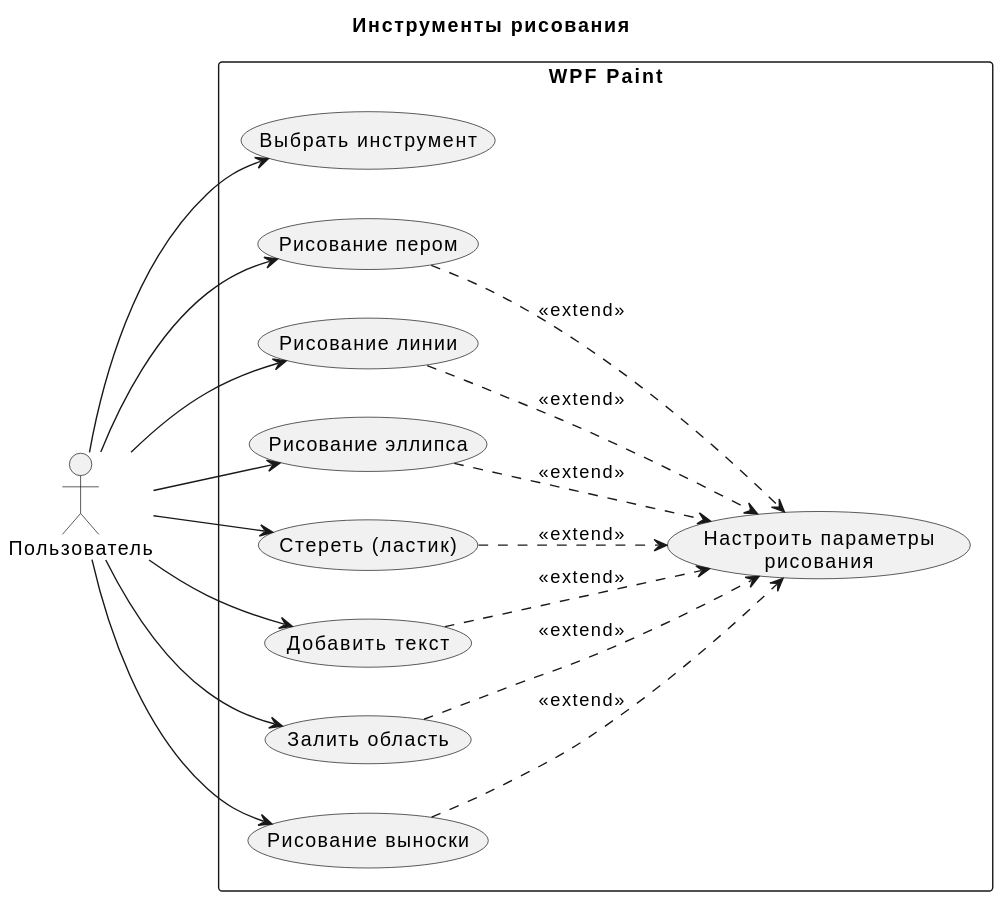
Above: UML/Инструменты рисования.svg in ObemaM/WPFPaint (PlantUML), before the change. Its diagram source:
```plantuml
@startuml
title Инструменты рисования
left to right direction

actor Пользователь

rectangle "WPF Paint" {
    usecase "Выбрать инструмент" as UC_SelectTool

    usecase "Рисование пером" as UC_Pen
    usecase "Рисование линии" as UC_Line
    usecase "Рисование эллипса" as UC_Ellipse
    usecase "Стереть (ластик)" as UC_Eraser
    usecase "Добавить текст" as UC_Text
    usecase "Залить область" as UC_Bucket
    usecase "Рисование выноски" as UC_Callout

    usecase "Настроить параметры\nрисования" as UC_Settings
}

Пользователь --> UC_SelectTool
Пользователь --> UC_Pen
Пользователь --> UC_Line
Пользователь --> UC_Ellipse
Пользователь --> UC_Eraser
Пользователь --> UC_Text
Пользователь --> UC_Bucket
Пользователь --> UC_Callout

UC_Pen ..> UC_Settings : <<extend>>
UC_Line ..> UC_Settings : <<extend>>
UC_Ellipse ..> UC_Settings : <<extend>>
UC_Eraser ..> UC_Settings : <<extend>>
UC_Text ..> UC_Settings : <<extend>>
UC_Bucket ..> UC_Settings : <<extend>>
UC_Callout ..> UC_Settings : <<extend>>
@enduml
```
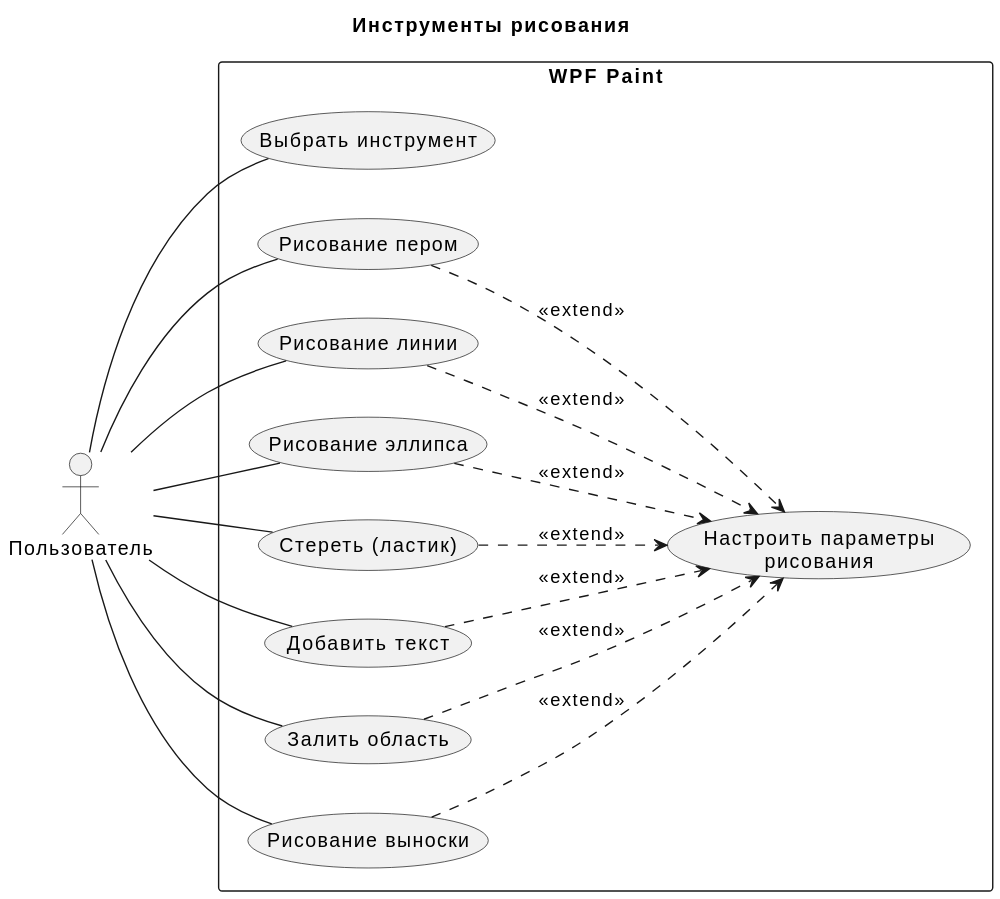
The same file after the commit.

Change to the diagram source:
```diff
@@ -18,14 +18,14 @@
     usecase "Настроить параметры\nрисования" as UC_Settings
 }
 
-Пользователь --> UC_SelectTool
-Пользователь --> UC_Pen
-Пользователь --> UC_Line
-Пользователь --> UC_Ellipse
-Пользователь --> UC_Eraser
-Пользователь --> UC_Text
-Пользователь --> UC_Bucket
-Пользователь --> UC_Callout
+Пользователь -- UC_SelectTool
+Пользователь -- UC_Pen
+Пользователь -- UC_Line
+Пользователь -- UC_Ellipse
+Пользователь -- UC_Eraser
+Пользователь -- UC_Text
+Пользователь -- UC_Bucket
+Пользователь -- UC_Callout
 
 UC_Pen ..> UC_Settings : <<extend>>
 UC_Line ..> UC_Settings : <<extend>>
```
